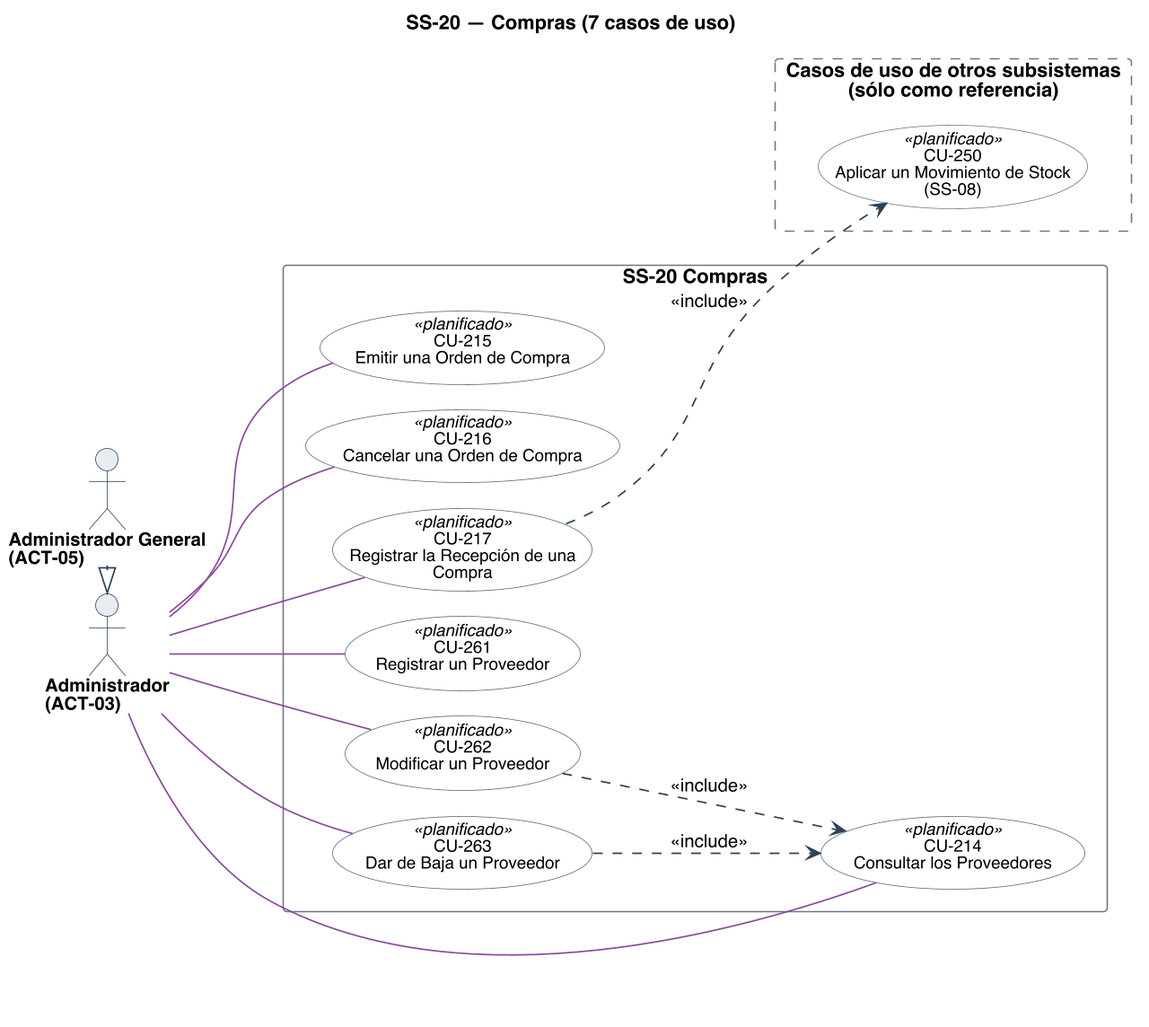
Earlier version of the PlantUML export diagramas/uml/CU_SS-20_Compras.png (Nahuelito-Dev/splg-docs).
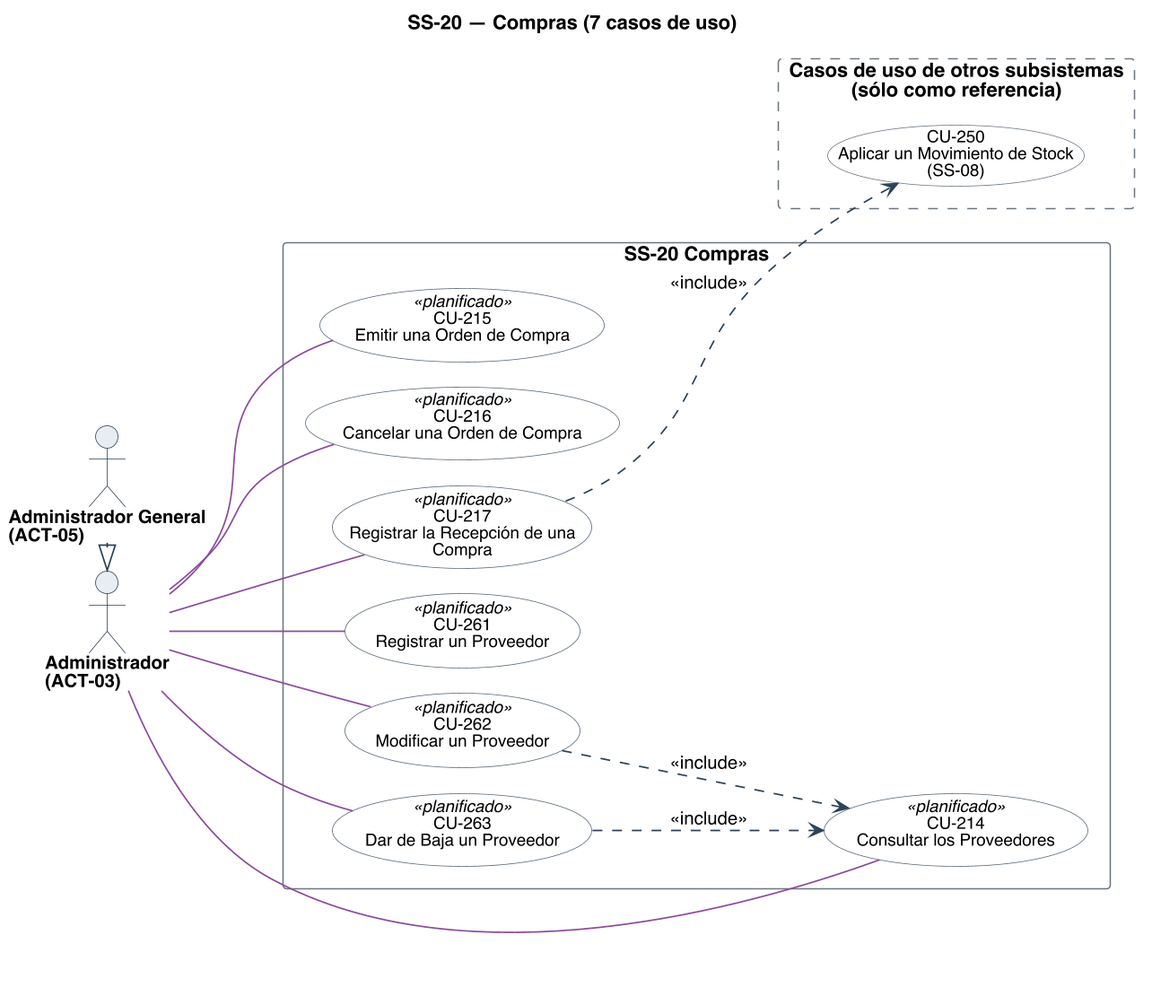
The same diagram one commit later.

The edit, as a diff of the source:
```diff
@@ -48,7 +48,7 @@
 }
 
 rectangle "Casos de uso de otros subsistemas\n(sólo como referencia)" as OTROS #back:FFFFFF;line:6B7683;line.dashed {
-  usecase "CU-250\nAplicar un Movimiento de Stock\n(SS-08)" as U250 <<planificado>> #back:FFFFFF;line:6B7683
+  usecase "CU-250\nAplicar un Movimiento de Stock\n(SS-08)" as U250 #back:FFFFFF;line:6B7683
 }
 
 A03 -[#8C4A9E]- U214
```
